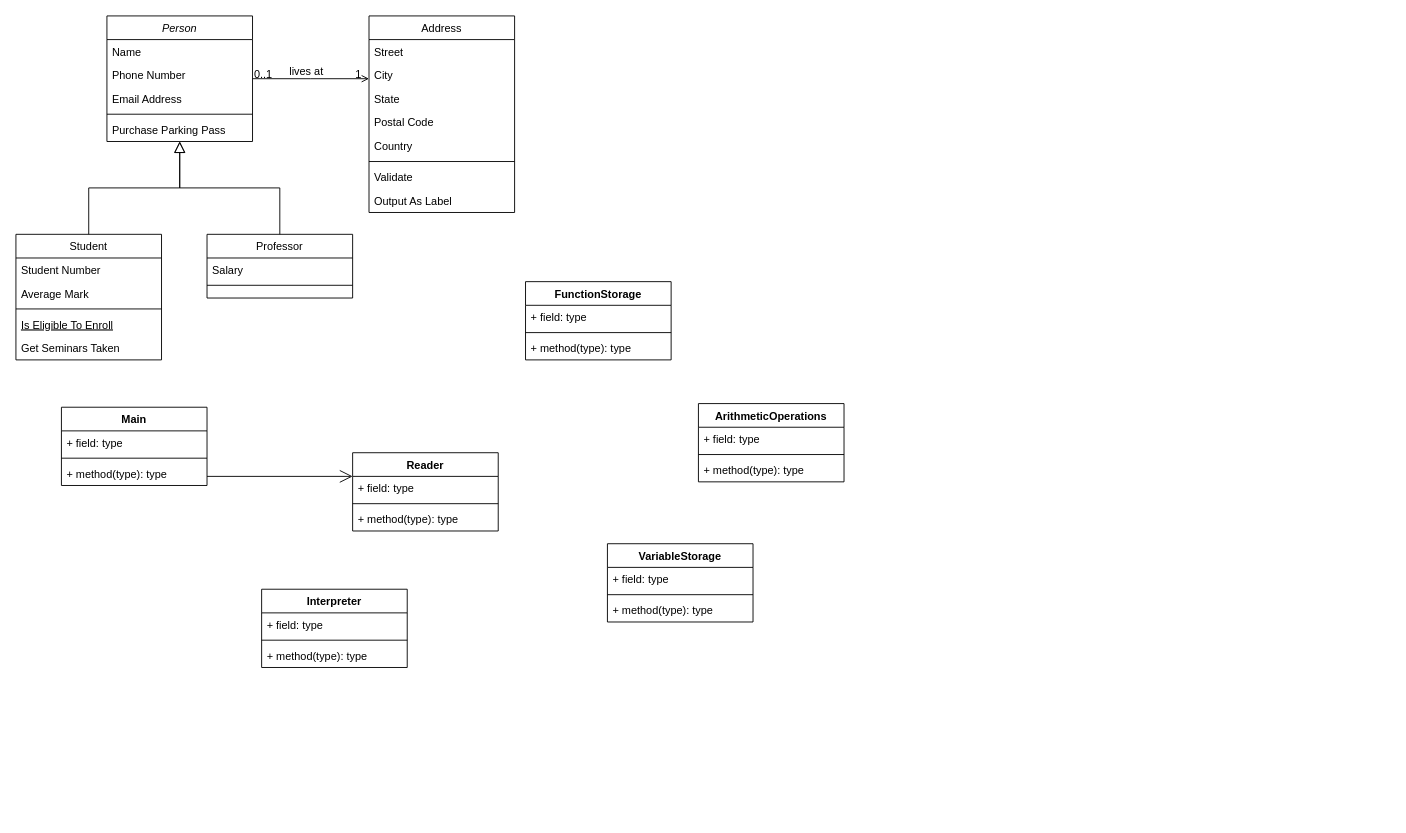
This is Untitled Diagram.drawio from DiggsPapu/Proyect1_Lisp_Interpreter, a draw.io file, before an edit. Source tidied: cells renumbered, new cells numbered last; positions are measured from the earlier drawing's top-left corner, leaving out a move shared by most shapes. Both pictures are drawn from the tidied source at 91%, with x=0, y=0 at pixel (15, 15).
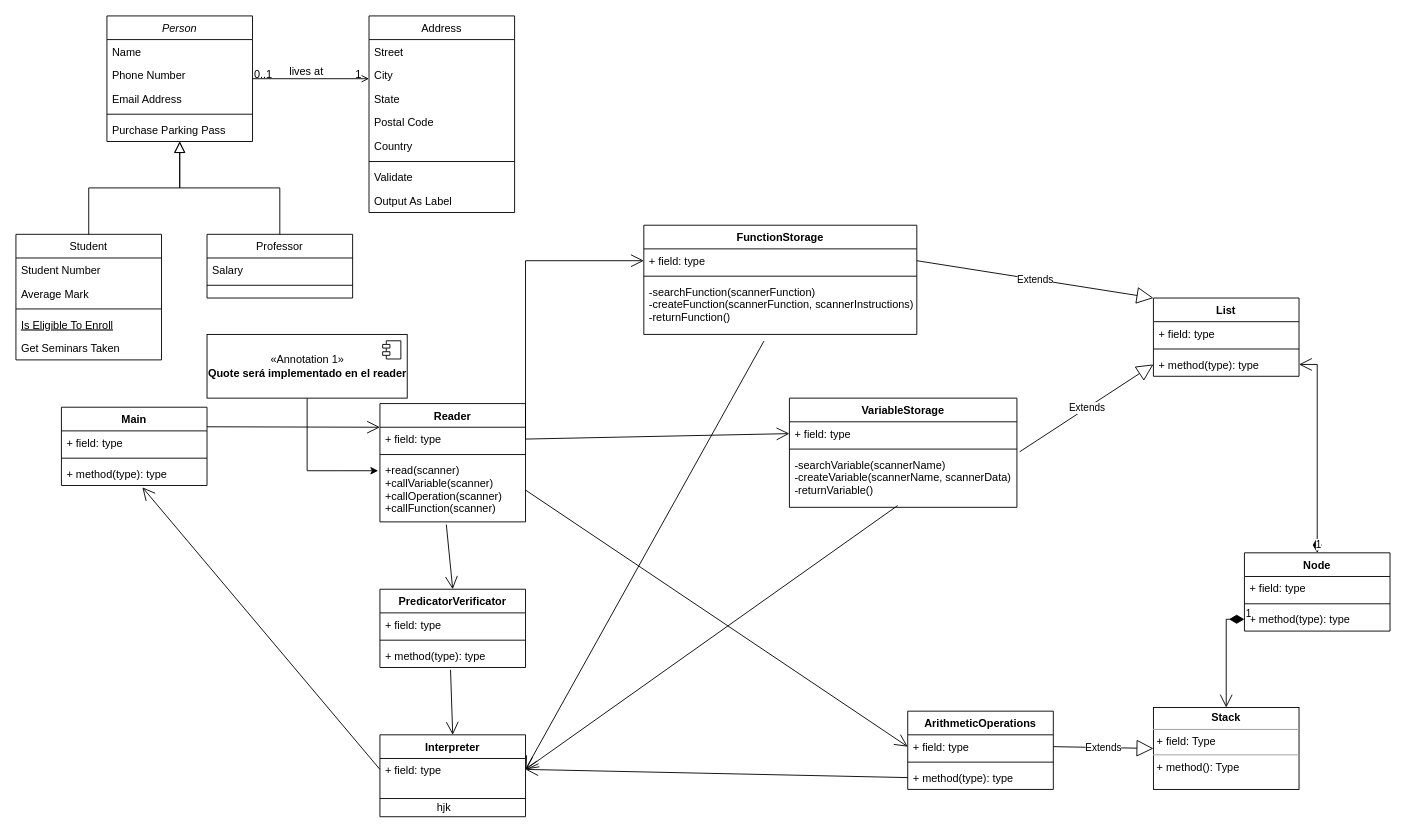
After the change.

The change refers to these unchanged cells:
```xml
<mxCell id="32" value="Main&#10;" style="swimlane;fontStyle=1;align=center;verticalAlign=top;horizontal=1;startSize=26;" parent="1" vertex="1">
  <mxGeometry x="50" y="430" width="160" height="86" as="geometry" />
</mxCell>
<mxCell id="35" value="+ method(type): type" style="text;strokeColor=none;fillColor=none;align=left;verticalAlign=top;spacingLeft=4;spacingRight=4;overflow=hidden;points=[[0,0.5],[1,0.5]];portConstraint=eastwest;" parent="32" vertex="1">
  <mxGeometry y="60" width="160" height="26" as="geometry" />
</mxCell>
<mxCell id="38" value="+ field: type" style="text;strokeColor=none;fillColor=none;align=left;verticalAlign=top;spacingLeft=4;spacingRight=4;overflow=hidden;points=[[0,0.5],[1,0.5]];portConstraint=eastwest;" parent="36" vertex="1">
  <mxGeometry y="26" width="160" height="26" as="geometry" />
</mxCell>
<mxCell id="50" value="+ field: type" style="text;strokeColor=none;fillColor=none;align=left;verticalAlign=top;spacingLeft=4;spacingRight=4;overflow=hidden;points=[[0,0.5],[1,0.5]];portConstraint=eastwest;" parent="49" vertex="1">
  <mxGeometry y="26" width="160" height="26" as="geometry" />
</mxCell>
<mxCell id="52" value="+ method(type): type" style="text;strokeColor=none;fillColor=none;align=left;verticalAlign=top;spacingLeft=4;spacingRight=4;overflow=hidden;points=[[0,0.5],[1,0.5]];portConstraint=eastwest;" parent="49" vertex="1">
  <mxGeometry y="60" width="160" height="26" as="geometry" />
</mxCell>
```

Diff of the diagram source:
```diff
@@
     <mxCell id="36" value="Reader&#10;" style="swimlane;fontStyle=1;align=center;verticalAlign=top;horizontal=1;startSize=26;" parent="1" vertex="1">
-      <mxGeometry x="370" y="480" width="160" height="86" as="geometry" />
+      <mxGeometry x="400" y="426" width="160" height="130" as="geometry" />
     </mxCell>
-    <mxCell id="37" style="endArrow=open;endFill=1;endSize=12;html=1;rounded=0;" parent="36" edge="1">
+    <mxCell id="37" style="endArrow=open;endFill=1;endSize=12;html=1;rounded=0;exitX=1;exitY=0.25;exitDx=0;exitDy=0;" parent="36" edge="1" source="32">
       <mxGeometry relative="1" as="geometry">
-        <mxPoint x="-160" y="26" as="sourcePoint" />
         <mxPoint y="26" as="targetPoint" />
       </mxGeometry>
     </mxCell>
@@
-    <mxCell id="40" value="+ method(type): type" style="text;strokeColor=none;fillColor=none;align=left;verticalAlign=top;spacingLeft=4;spacingRight=4;overflow=hidden;points=[[0,0.5],[1,0.5]];portConstraint=eastwest;" parent="36" vertex="1">
-      <mxGeometry y="60" width="160" height="26" as="geometry" />
+    <mxCell id="40" value="+read(scanner)&#10;+callVariable(scanner)&#10;+callOperation(scanner)&#10;+callFunction(scanner)" style="text;strokeColor=none;fillColor=none;align=left;verticalAlign=top;spacingLeft=4;spacingRight=4;overflow=hidden;points=[[0,0.5],[1,0.5]];portConstraint=eastwest;" parent="36" vertex="1">
+      <mxGeometry y="60" width="160" height="70" as="geometry" />
     </mxCell>
     <mxCell id="41" value="VariableStorage" style="swimlane;fontStyle=1;align=center;verticalAlign=top;horizontal=1;startSize=26;" parent="1" vertex="1">
-      <mxGeometry x="650" y="580" width="160" height="86" as="geometry" />
+      <mxGeometry x="850" y="420" width="250" height="120" as="geometry" />
     </mxCell>
     <mxCell id="42" value="+ field: type" style="text;strokeColor=none;fillColor=none;align=left;verticalAlign=top;spacingLeft=4;spacingRight=4;overflow=hidden;points=[[0,0.5],[1,0.5]];portConstraint=eastwest;" parent="41" vertex="1">
-      <mxGeometry y="26" width="160" height="26" as="geometry" />
+      <mxGeometry y="26" width="250" height="26" as="geometry" />
     </mxCell>
     <mxCell id="43" style="line;strokeWidth=1;fillColor=none;align=left;verticalAlign=middle;spacingTop=-1;spacingLeft=3;spacingRight=3;labelPosition=right;" parent="41" vertex="1">
-      <mxGeometry y="52" width="160" height="8" as="geometry" />
+      <mxGeometry y="52" width="250" height="8" as="geometry" />
     </mxCell>
-    <mxCell id="44" value="+ method(type): type" style="text;strokeColor=none;fillColor=none;align=left;verticalAlign=top;spacingLeft=4;spacingRight=4;overflow=hidden;points=[[0,0.5],[1,0.5]];portConstraint=eastwest;" parent="41" vertex="1">
-      <mxGeometry y="60" width="160" height="26" as="geometry" />
+    <mxCell id="44" value="-searchVariable(scannerName)&#10;-createVariable(scannerName, scannerData)&#10;-returnVariable()" style="text;strokeColor=none;fillColor=none;align=left;verticalAlign=top;spacingLeft=4;spacingRight=4;overflow=hidden;points=[[0,0.5],[1,0.5]];portConstraint=eastwest;" parent="41" vertex="1">
+      <mxGeometry y="60" width="250" height="60" as="geometry" />
     </mxCell>
-    <mxCell id="45" value="FunctionStorage" style="swimlane;fontStyle=1;align=center;verticalAlign=top;horizontal=1;startSize=26;" parent="1" vertex="1">
-      <mxGeometry x="560" y="292" width="160" height="86" as="geometry" />
-    </mxCell>
-    <mxCell id="46" value="+ field: type" style="text;strokeColor=none;fillColor=none;align=left;verticalAlign=top;spacingLeft=4;spacingRight=4;overflow=hidden;" parent="45" vertex="1">
-      <mxGeometry y="26" width="160" height="26" as="geometry" />
-    </mxCell>
-    <mxCell id="47" style="line;strokeWidth=1;fillColor=none;align=left;verticalAlign=middle;spacingTop=-1;spacingLeft=3;spacingRight=3;labelPosition=right;" parent="45" vertex="1">
-      <mxGeometry y="52" width="160" height="8" as="geometry" />
-    </mxCell>
-    <mxCell id="48" value="+ method(type): type" style="text;strokeColor=none;fillColor=none;align=left;verticalAlign=top;spacingLeft=4;spacingRight=4;overflow=hidden;" parent="45" vertex="1">
-      <mxGeometry y="60" width="160" height="26" as="geometry" />
-    </mxCell>
     <mxCell id="49" value="ArithmeticOperations" style="swimlane;fontStyle=1;align=center;verticalAlign=top;horizontal=1;startSize=26;" parent="1" vertex="1">
-      <mxGeometry x="750" y="426" width="160" height="86" as="geometry" />
+      <mxGeometry x="980" y="764" width="160" height="86" as="geometry" />
     </mxCell>
@@
     <mxCell id="53" value="Interpreter" style="swimlane;fontStyle=1;align=center;verticalAlign=top;horizontal=1;startSize=26;" parent="1" vertex="1">
-      <mxGeometry x="270" y="630" width="160" height="86" as="geometry" />
+      <mxGeometry x="400" y="790" width="160" height="90" as="geometry" />
     </mxCell>
     <mxCell id="54" value="+ field: type" style="text;strokeColor=none;fillColor=none;align=left;verticalAlign=top;spacingLeft=4;spacingRight=4;overflow=hidden;points=[[0,0.5],[1,0.5]];portConstraint=eastwest;" parent="53" vertex="1">
-      <mxGeometry y="26" width="160" height="26" as="geometry" />
+      <mxGeometry y="26" width="160" height="24" as="geometry" />
     </mxCell>
     <mxCell id="55" style="line;strokeWidth=1;fillColor=none;align=left;verticalAlign=middle;spacingTop=-1;spacingLeft=3;spacingRight=3;labelPosition=right;" parent="53" vertex="1">
-      <mxGeometry y="52" width="160" height="8" as="geometry" />
+      <mxGeometry y="50" width="160" height="40" as="geometry" />
     </mxCell>
-    <mxCell id="56" value="+ method(type): type" style="text;strokeColor=none;fillColor=none;align=left;verticalAlign=top;spacingLeft=4;spacingRight=4;overflow=hidden;" parent="53" vertex="1">
-      <mxGeometry y="60" width="160" height="26" as="geometry" />
-    </mxCell>
+    <mxCell id="57" value="PredicatorVerificator" style="swimlane;fontStyle=1;align=center;verticalAlign=top;horizontal=1;startSize=26;" parent="1" vertex="1">
+      <mxGeometry x="400" y="630" width="160" height="86" as="geometry" />
+    </mxCell>
+    <mxCell id="58" value="+ field: type" style="text;strokeColor=none;fillColor=none;align=left;verticalAlign=top;spacingLeft=4;spacingRight=4;overflow=hidden;" parent="57" vertex="1">
+      <mxGeometry y="26" width="160" height="26" as="geometry" />
+    </mxCell>
+    <mxCell id="59" style="line;strokeWidth=1;fillColor=none;align=left;verticalAlign=middle;spacingTop=-1;spacingLeft=3;spacingRight=3;labelPosition=right;" parent="57" vertex="1">
+      <mxGeometry y="52" width="160" height="8" as="geometry" />
+    </mxCell>
+    <mxCell id="60" value="+ method(type): type" style="text;strokeColor=none;fillColor=none;align=left;verticalAlign=top;spacingLeft=4;spacingRight=4;overflow=hidden;points=[[0,0.5],[1,0.5]];portConstraint=eastwest;" parent="57" vertex="1">
+      <mxGeometry y="60" width="160" height="26" as="geometry" />
+    </mxCell>
+    <mxCell id="61" value="List" style="swimlane;fontStyle=1;align=center;verticalAlign=top;horizontal=1;startSize=26;" parent="1" vertex="1">
+      <mxGeometry x="1250" y="310" width="160" height="86" as="geometry" />
+    </mxCell>
+    <mxCell id="62" value="+ field: type" style="text;strokeColor=none;fillColor=none;align=left;verticalAlign=top;spacingLeft=4;spacingRight=4;overflow=hidden;" parent="61" vertex="1">
+      <mxGeometry y="26" width="160" height="26" as="geometry" />
+    </mxCell>
+    <mxCell id="63" style="line;strokeWidth=1;fillColor=none;align=left;verticalAlign=middle;spacingTop=-1;spacingLeft=3;spacingRight=3;labelPosition=right;" parent="61" vertex="1">
+      <mxGeometry y="52" width="160" height="8" as="geometry" />
+    </mxCell>
+    <mxCell id="64" value="+ method(type): type" style="text;strokeColor=none;fillColor=none;align=left;verticalAlign=top;spacingLeft=4;spacingRight=4;overflow=hidden;points=[[0,0.5],[1,0.5]];portConstraint=eastwest;" parent="61" vertex="1">
+      <mxGeometry y="60" width="160" height="26" as="geometry" />
+    </mxCell>
+    <mxCell id="65" value="Extends" style="endArrow=block;endSize=16;endFill=0;html=1;rounded=0;entryX=0;entryY=0;entryDx=0;entryDy=0;exitX=1;exitY=0.5;exitDx=0;exitDy=0;" parent="1" edge="1" source="87" target="61">
+      <mxGeometry relative="1" as="geometry" />
+    </mxCell>
+    <mxCell id="66" value="Extends" style="endArrow=block;endSize=16;endFill=0;html=1;rounded=0;exitX=1.012;exitY=-0.017;exitDx=0;exitDy=0;exitPerimeter=0;entryX=0;entryY=0.5;entryDx=0;entryDy=0;" parent="1" edge="1" source="44" target="64">
+      <mxGeometry relative="1" as="geometry" />
+    </mxCell>
+    <mxCell id="67" style="endArrow=open;endFill=1;endSize=12;html=1;rounded=0;entryX=0;entryY=0.5;entryDx=0;entryDy=0;exitX=1;exitY=0.5;exitDx=0;exitDy=0;" parent="1" edge="1" source="38" target="87">
+      <mxGeometry relative="1" as="geometry">
+        <Array as="points">
+          <mxPoint x="560" y="269" />
+        </Array>
+      </mxGeometry>
+    </mxCell>
+    <mxCell id="68" style="endArrow=open;endFill=1;endSize=12;html=1;rounded=0;entryX=0;entryY=0.5;entryDx=0;entryDy=0;exitX=1;exitY=0.5;exitDx=0;exitDy=0;" parent="1" edge="1" source="40" target="50">
+      <mxGeometry relative="1" as="geometry" />
+    </mxCell>
+    <mxCell id="69" style="endArrow=open;endFill=1;endSize=12;html=1;rounded=0;entryX=0;entryY=0.5;entryDx=0;entryDy=0;exitX=1;exitY=0.5;exitDx=0;exitDy=0;" parent="1" edge="1" source="38" target="42">
+      <mxGeometry relative="1" as="geometry" />
+    </mxCell>
+    <mxCell id="70" value="Node" style="swimlane;fontStyle=1;align=center;verticalAlign=top;horizontal=1;startSize=26;" parent="1" vertex="1">
+      <mxGeometry x="1350" y="590" width="160" height="86" as="geometry" />
+    </mxCell>
+    <mxCell id="71" value="+ field: type" style="text;strokeColor=none;fillColor=none;align=left;verticalAlign=top;spacingLeft=4;spacingRight=4;overflow=hidden;" parent="70" vertex="1">
+      <mxGeometry y="26" width="160" height="26" as="geometry" />
+    </mxCell>
+    <mxCell id="72" style="line;strokeWidth=1;fillColor=none;align=left;verticalAlign=middle;spacingTop=-1;spacingLeft=3;spacingRight=3;labelPosition=right;" parent="70" vertex="1">
+      <mxGeometry y="52" width="160" height="8" as="geometry" />
+    </mxCell>
+    <mxCell id="73" value="+ method(type): type" style="text;strokeColor=none;fillColor=none;align=left;verticalAlign=top;spacingLeft=4;spacingRight=4;overflow=hidden;points=[[0,0.5],[1,0.5]];portConstraint=eastwest;" parent="70" vertex="1">
+      <mxGeometry y="60" width="160" height="26" as="geometry" />
+    </mxCell>
+    <mxCell id="74" value="1" style="endArrow=open;html=1;endSize=12;startArrow=diamondThin;startSize=14;startFill=1;edgeStyle=orthogonalEdgeStyle;align=left;verticalAlign=bottom;rounded=0;exitX=0.5;exitY=0;exitDx=0;exitDy=0;entryX=1;entryY=0.5;entryDx=0;entryDy=0;" parent="1" edge="1" source="70" target="64">
+      <mxGeometry x="-1" y="3" relative="1" as="geometry" />
+    </mxCell>
+    <mxCell id="75" value="&lt;p style=&quot;margin: 0px ; margin-top: 4px ; text-align: center&quot;&gt;&lt;b&gt;Stack&lt;/b&gt;&lt;/p&gt;&lt;hr size=&quot;1&quot;&gt;&lt;p style=&quot;margin: 0px ; margin-left: 4px&quot;&gt;+ field: Type&lt;/p&gt;&lt;hr size=&quot;1&quot;&gt;&lt;p style=&quot;margin: 0px ; margin-left: 4px&quot;&gt;+ method(): Type&lt;/p&gt;" style="verticalAlign=top;align=left;overflow=fill;fontSize=12;fontFamily=Helvetica;html=1;" parent="1" vertex="1">
+      <mxGeometry x="1250" y="760" width="160" height="90" as="geometry" />
+    </mxCell>
+    <mxCell id="76" value="1" style="endArrow=open;html=1;endSize=12;startArrow=diamondThin;startSize=14;startFill=1;edgeStyle=orthogonalEdgeStyle;align=left;verticalAlign=bottom;rounded=0;exitX=0;exitY=0.5;exitDx=0;exitDy=0;entryX=0.5;entryY=0;entryDx=0;entryDy=0;" parent="1" edge="1" source="73" target="75">
+      <mxGeometry x="-1" y="3" relative="1" as="geometry" />
+    </mxCell>
+    <mxCell id="77" value="Extends" style="endArrow=block;endSize=16;endFill=0;html=1;rounded=0;exitX=1;exitY=0.5;exitDx=0;exitDy=0;entryX=0;entryY=0.5;entryDx=0;entryDy=0;" parent="1" edge="1" source="50" target="75">
+      <mxGeometry relative="1" as="geometry" />
+    </mxCell>
+    <mxCell id="78" style="endArrow=open;endFill=1;endSize=12;html=1;rounded=0;entryX=0.5;entryY=0;entryDx=0;entryDy=0;exitX=0.456;exitY=1.043;exitDx=0;exitDy=0;exitPerimeter=0;" parent="1" edge="1" source="40" target="57">
+      <mxGeometry relative="1" as="geometry" />
+    </mxCell>
+    <mxCell id="79" style="endArrow=open;endFill=1;endSize=12;html=1;rounded=0;entryX=0.5;entryY=0;entryDx=0;entryDy=0;exitX=0.485;exitY=1.1;exitDx=0;exitDy=0;exitPerimeter=0;" parent="1" edge="1" source="60" target="53">
+      <mxGeometry relative="1" as="geometry" />
+    </mxCell>
+    <mxCell id="80" style="endArrow=open;endFill=1;endSize=12;html=1;rounded=0;entryX=0.556;entryY=1.077;entryDx=0;entryDy=0;exitX=0;exitY=0.5;exitDx=0;exitDy=0;entryPerimeter=0;" parent="1" edge="1" source="54" target="35">
+      <mxGeometry relative="1" as="geometry" />
+    </mxCell>
+    <mxCell id="81" style="endArrow=open;endFill=1;endSize=12;html=1;rounded=0;entryX=1;entryY=0.5;entryDx=0;entryDy=0;exitX=0;exitY=0.5;exitDx=0;exitDy=0;" parent="1" edge="1" source="52" target="54">
+      <mxGeometry relative="1" as="geometry" />
+    </mxCell>
+    <mxCell id="82" style="endArrow=open;endFill=1;endSize=12;html=1;rounded=0;entryX=1;entryY=0.5;entryDx=0;entryDy=0;exitX=0.476;exitY=0.967;exitDx=0;exitDy=0;exitPerimeter=0;" parent="1" edge="1" source="44" target="54">
+      <mxGeometry relative="1" as="geometry" />
+    </mxCell>
+    <mxCell id="83" style="endArrow=open;endFill=1;endSize=12;html=1;rounded=0;entryX=1;entryY=0.5;entryDx=0;entryDy=0;exitX=0.44;exitY=1.122;exitDx=0;exitDy=0;exitPerimeter=0;" parent="1" edge="1" source="89" target="54">
+      <mxGeometry relative="1" as="geometry" />
+    </mxCell>
+    <mxCell id="84" style="edgeStyle=orthogonalEdgeStyle;rounded=0;jettySize=auto;html=1;entryX=-0.012;entryY=0.197;entryDx=0;entryDy=0;entryPerimeter=0;" parent="1" edge="1" source="85" target="40">
+      <mxGeometry relative="1" as="geometry" />
+    </mxCell>
+    <mxCell id="85" value="«Annotation 1»&lt;br&gt;&lt;b&gt;Quote será implementado en el reader&lt;/b&gt;" style="html=1;" parent="1" vertex="1">
+      <mxGeometry x="210" y="350" width="220" height="70" as="geometry" />
+    </mxCell>
+    <mxCell id="86" style="shape=module;jettyWidth=8;jettyHeight=4;" parent="85" vertex="1">
+      <mxGeometry x="1" width="20" height="20" relative="1" as="geometry">
+        <mxPoint x="-27" y="7" as="offset" />
+      </mxGeometry>
+    </mxCell>
+    <mxCell id="45" value="FunctionStorage" style="swimlane;fontStyle=1;align=center;verticalAlign=top;horizontal=1;startSize=26;" parent="1" vertex="1">
+      <mxGeometry x="690" y="230" width="300" height="120" as="geometry" />
+    </mxCell>
+    <mxCell id="87" value="+ field: type" style="text;strokeColor=none;fillColor=none;align=left;verticalAlign=top;spacingLeft=4;spacingRight=4;overflow=hidden;points=[[0,0.5],[1,0.5]];portConstraint=eastwest;" parent="45" vertex="1">
+      <mxGeometry y="26" width="300" height="26" as="geometry" />
+    </mxCell>
+    <mxCell id="88" style="line;strokeWidth=1;fillColor=none;align=left;verticalAlign=middle;spacingTop=-1;spacingLeft=3;spacingRight=3;labelPosition=right;" parent="45" vertex="1">
+      <mxGeometry y="52" width="300" height="8" as="geometry" />
+    </mxCell>
+    <mxCell id="89" value="-searchFunction(scannerFunction)&#10;-createFunction(scannerFunction, scannerInstructions)&#10;-returnFunction()" style="text;strokeColor=none;fillColor=none;align=left;verticalAlign=top;spacingLeft=4;spacingRight=4;overflow=hidden;points=[[0,0.5],[1,0.5]];portConstraint=eastwest;" parent="45" vertex="1">
+      <mxGeometry y="60" width="300" height="60" as="geometry" />
+    </mxCell>
+    <mxCell id="90" value="hjk" style="text;html=1;align=center;verticalAlign=middle;strokeColor=none;fillColor=none;" parent="1" vertex="1">
+      <mxGeometry x="455" y="860" width="30" height="20" as="geometry" />
+    </mxCell>
```
